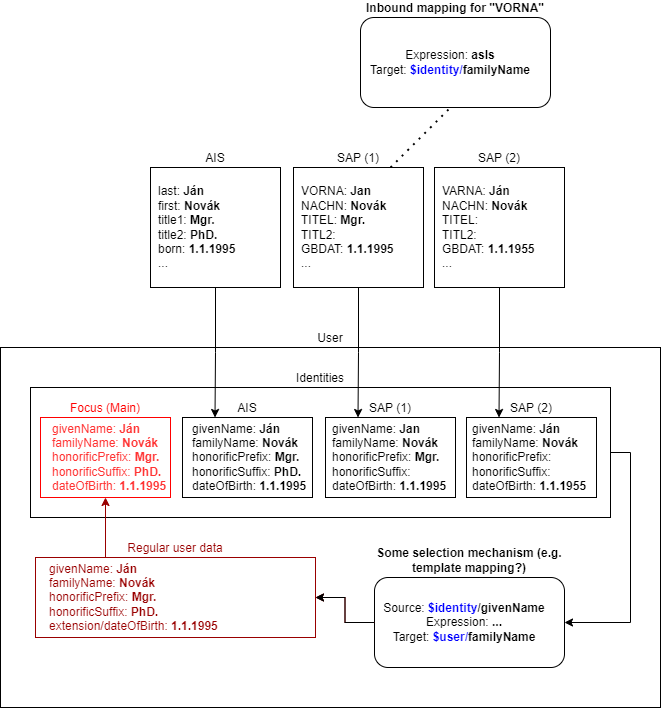
Evolveum/docs keeps this draw.io diagram as midpoint/devel/design/smart-correlation/identity-variants.drawio.png. Above is the earlier version. Source tidied: cells renumbered, new cells last; positions are measured from the earlier drawing's top-left corner, leaving out a move shared by most shapes. The source it was exported from:
```xml
<mxGraphModel>
  <root>
    <mxCell id="0" />
    <mxCell id="1" parent="0" />
    <mxCell id="2" value="User" style="rounded=0;whiteSpace=wrap;html=1;labelPosition=center;verticalLabelPosition=top;align=center;verticalAlign=bottom;fillColor=none;" parent="1" vertex="1">
      <mxGeometry y="330" width="660" height="360" as="geometry" />
    </mxCell>
    <mxCell id="3" style="edgeStyle=orthogonalEdgeStyle;rounded=0;jettySize=auto;html=1;entryX=1;entryY=0.5;entryDx=0;entryDy=0;fontColor=#0000FF;strokeColor=#000000;exitX=1;exitY=0.5;exitDx=0;exitDy=0;" parent="1" edge="1" source="4" target="29">
      <mxGeometry relative="1" as="geometry" />
    </mxCell>
    <mxCell id="4" value="&lt;font color=&quot;#000000&quot;&gt;Identities&lt;/font&gt;" style="rounded=0;whiteSpace=wrap;html=1;fontColor=#FF3333;fillColor=none;labelPosition=center;verticalLabelPosition=top;align=center;verticalAlign=bottom;" parent="1" vertex="1">
      <mxGeometry x="30" y="370" width="580" height="130" as="geometry" />
    </mxCell>
    <mxCell id="5" value="AIS" style="rounded=0;whiteSpace=wrap;html=1;labelPosition=center;verticalLabelPosition=top;align=center;verticalAlign=bottom;fillColor=none;" parent="1" vertex="1">
      <mxGeometry x="182" y="400" width="130" height="80" as="geometry" />
    </mxCell>
    <mxCell id="6" value="AIS" style="rounded=0;whiteSpace=wrap;html=1;labelPosition=center;verticalLabelPosition=top;align=center;verticalAlign=bottom;" parent="1" vertex="1">
      <mxGeometry x="150" y="150" width="130" height="120" as="geometry" />
    </mxCell>
    <mxCell id="7" value="last: &lt;b&gt;Ján&lt;br&gt;&lt;/b&gt;first: &lt;b&gt;Novák&lt;br&gt;&lt;/b&gt;title1: &lt;b&gt;Mgr.&lt;br&gt;&lt;/b&gt;title2: &lt;b&gt;PhD.&lt;br&gt;&lt;/b&gt;born: &lt;b&gt;1.1.1995&lt;/b&gt;&lt;br&gt;..." style="text;html=1;strokeColor=none;fillColor=none;align=left;verticalAlign=middle;whiteSpace=wrap;rounded=0;" parent="1" vertex="1">
      <mxGeometry x="156" y="160" width="120" height="100" as="geometry" />
    </mxCell>
    <mxCell id="8" style="edgeStyle=orthogonalEdgeStyle;rounded=0;jettySize=auto;html=1;exitX=0.5;exitY=1;exitDx=0;exitDy=0;entryX=0.25;entryY=0;entryDx=0;entryDy=0;fontColor=#FF0000;" parent="1" edge="1" source="9" target="19">
      <mxGeometry relative="1" as="geometry" />
    </mxCell>
    <mxCell id="9" value="SAP (1)" style="rounded=0;whiteSpace=wrap;html=1;labelPosition=center;verticalLabelPosition=top;align=center;verticalAlign=bottom;" parent="1" vertex="1">
      <mxGeometry x="293" y="150" width="130" height="120" as="geometry" />
    </mxCell>
    <mxCell id="10" value="VORNA: &lt;b&gt;Jan&lt;br&gt;&lt;/b&gt;NACHN: &lt;b&gt;Novák&lt;br&gt;&lt;/b&gt;TITEL: &lt;b&gt;Mgr.&lt;br&gt;&lt;/b&gt;TITL2:&lt;b&gt;&lt;br&gt;&lt;/b&gt;GBDAT: &lt;b&gt;1.1.1995&lt;/b&gt;&lt;br&gt;..." style="text;html=1;strokeColor=none;fillColor=none;align=left;verticalAlign=middle;whiteSpace=wrap;rounded=0;" parent="1" vertex="1">
      <mxGeometry x="299" y="160" width="120" height="100" as="geometry" />
    </mxCell>
    <mxCell id="11" style="edgeStyle=orthogonalEdgeStyle;rounded=0;jettySize=auto;html=1;exitX=0.5;exitY=1;exitDx=0;exitDy=0;entryX=0.25;entryY=0;entryDx=0;entryDy=0;fontColor=#FF0000;" parent="1" edge="1" source="12" target="21">
      <mxGeometry relative="1" as="geometry" />
    </mxCell>
    <mxCell id="12" value="SAP (2)" style="rounded=0;whiteSpace=wrap;html=1;labelPosition=center;verticalLabelPosition=top;align=center;verticalAlign=bottom;fillColor=none;" parent="1" vertex="1">
      <mxGeometry x="434" y="150" width="130" height="120" as="geometry" />
    </mxCell>
    <mxCell id="13" value="VARNA: &lt;b&gt;Ján&lt;br&gt;&lt;/b&gt;NACHN: &lt;b&gt;Novák&lt;br&gt;&lt;/b&gt;TITEL:&amp;nbsp;&lt;b&gt;&lt;br&gt;&lt;/b&gt;TITL2:&lt;b&gt;&lt;br&gt;&lt;/b&gt;GBDAT: &lt;b&gt;1.1.1955&lt;/b&gt;&lt;br&gt;..." style="text;html=1;strokeColor=none;fillColor=none;align=left;verticalAlign=middle;whiteSpace=wrap;rounded=0;" parent="1" vertex="1">
      <mxGeometry x="440" y="160" width="120" height="100" as="geometry" />
    </mxCell>
    <mxCell id="14" value="givenName: &lt;b&gt;Jan&lt;br&gt;&lt;/b&gt;familyName: &lt;b&gt;Novák&lt;br&gt;&lt;/b&gt;honorificPrefix: &lt;b&gt;Mgr.&lt;br&gt;&lt;/b&gt;honorificSuffix:&lt;b&gt;&lt;br&gt;&lt;/b&gt;dateOfBirth: &lt;b&gt;1.1.1995&lt;/b&gt;" style="text;html=1;strokeColor=none;fillColor=none;align=left;verticalAlign=middle;whiteSpace=wrap;rounded=0;" parent="1" vertex="1">
      <mxGeometry x="330" y="390" width="120" height="100" as="geometry" />
    </mxCell>
    <mxCell id="15" value="givenName: &lt;b&gt;Ján&lt;br&gt;&lt;/b&gt;familyName: &lt;b&gt;Novák&lt;br&gt;&lt;/b&gt;honorificPrefix: &lt;b&gt;Mgr.&lt;br&gt;&lt;/b&gt;honorificSuffix: &lt;b&gt;PhD.&lt;br&gt;&lt;/b&gt;dateOfBirth: &lt;b&gt;1.1.1995&lt;/b&gt;" style="text;html=1;strokeColor=none;fillColor=none;align=left;verticalAlign=middle;whiteSpace=wrap;rounded=0;" parent="1" vertex="1">
      <mxGeometry x="190" y="390" width="120" height="100" as="geometry" />
    </mxCell>
    <mxCell id="16" value="givenName: &lt;b&gt;Ján&lt;br&gt;&lt;/b&gt;familyName: &lt;b&gt;Novák&lt;br&gt;&lt;/b&gt;honorificPrefix:&amp;nbsp;&lt;b&gt;&lt;br&gt;&lt;/b&gt;honorificSuffix:&lt;b&gt;&lt;br&gt;&lt;/b&gt;dateOfBirth: &lt;b&gt;1.1.1955&lt;/b&gt;" style="text;html=1;strokeColor=none;fillColor=none;align=left;verticalAlign=middle;whiteSpace=wrap;rounded=0;" parent="1" vertex="1">
      <mxGeometry x="470" y="390" width="120" height="100" as="geometry" />
    </mxCell>
    <mxCell id="17" style="edgeStyle=orthogonalEdgeStyle;rounded=0;jettySize=auto;html=1;entryX=0.25;entryY=0;entryDx=0;entryDy=0;exitX=0.5;exitY=1;exitDx=0;exitDy=0;" parent="1" edge="1" source="6" target="5">
      <mxGeometry relative="1" as="geometry" />
    </mxCell>
    <mxCell id="18" value="givenName: &lt;b&gt;Ján&lt;br&gt;&lt;/b&gt;familyName: &lt;b&gt;Novák&lt;br&gt;&lt;/b&gt;honorificPrefix: &lt;b&gt;Mgr.&lt;br&gt;&lt;/b&gt;honorificSuffix: &lt;b&gt;PhD.&lt;br&gt;&lt;/b&gt;dateOfBirth: &lt;b&gt;1.1.1995&lt;/b&gt;" style="text;html=1;strokeColor=none;fillColor=none;align=left;verticalAlign=middle;whiteSpace=wrap;rounded=0;fontColor=#FF3333;" parent="1" vertex="1">
      <mxGeometry x="50" y="390" width="120" height="100" as="geometry" />
    </mxCell>
    <mxCell id="19" value="SAP (1)" style="rounded=0;whiteSpace=wrap;html=1;labelPosition=center;verticalLabelPosition=top;align=center;verticalAlign=bottom;fillColor=none;" parent="1" vertex="1">
      <mxGeometry x="325" y="400" width="130" height="80" as="geometry" />
    </mxCell>
    <mxCell id="20" value="&lt;font color=&quot;#ff0000&quot;&gt;Focus (Main)&lt;/font&gt;" style="rounded=0;whiteSpace=wrap;html=1;labelPosition=center;verticalLabelPosition=top;align=center;verticalAlign=bottom;fillColor=none;strokeColor=#FF0000;" parent="1" vertex="1">
      <mxGeometry x="40" y="400" width="130" height="80" as="geometry" />
    </mxCell>
    <mxCell id="21" value="SAP (2)" style="rounded=0;whiteSpace=wrap;html=1;labelPosition=center;verticalLabelPosition=top;align=center;verticalAlign=bottom;fillColor=none;" parent="1" vertex="1">
      <mxGeometry x="466" y="400" width="130" height="80" as="geometry" />
    </mxCell>
    <mxCell id="22" style="group;" parent="1" vertex="1">
      <mxGeometry x="360" width="190" height="90" as="geometry" />
    </mxCell>
    <mxCell id="23" value="&lt;b&gt;Inbound mapping for &quot;VORNA&quot;&lt;/b&gt;" style="rounded=1;whiteSpace=wrap;html=1;fontColor=#000000;strokeColor=#000000;fillColor=none;labelPosition=center;verticalLabelPosition=top;align=center;verticalAlign=bottom;" parent="22" vertex="1">
      <mxGeometry width="190" height="90" as="geometry" />
    </mxCell>
    <mxCell id="24" value="Expression: &lt;b&gt;asIs&lt;/b&gt;&lt;br&gt;Target:&amp;nbsp;&lt;b&gt;&lt;font color=&quot;#0000ff&quot;&gt;$identity/&lt;/font&gt;familyName&lt;/b&gt;" style="text;html=1;strokeColor=none;fillColor=none;align=center;verticalAlign=middle;whiteSpace=wrap;rounded=0;" parent="22" vertex="1">
      <mxGeometry width="180" height="90" as="geometry" />
    </mxCell>
    <mxCell id="25" style="endArrow=none;dashed=1;html=1;dashPattern=1 3;strokeWidth=2;rounded=0;fontColor=#0000FF;entryX=0.5;entryY=1;entryDx=0;entryDy=0;" parent="1" edge="1" target="24">
      <mxGeometry relative="1" as="geometry">
        <mxPoint x="390" y="150" as="sourcePoint" />
      </mxGeometry>
    </mxCell>
    <mxCell id="26" value="givenName: &lt;b&gt;Ján&lt;br&gt;&lt;/b&gt;familyName: &lt;b&gt;Novák&lt;br&gt;&lt;/b&gt;honorificPrefix: &lt;b&gt;Mgr.&lt;br&gt;&lt;/b&gt;honorificSuffix: &lt;b&gt;PhD.&lt;br&gt;&lt;/b&gt;extension/dateOfBirth: &lt;b&gt;1.1.1995&lt;/b&gt;" style="text;html=1;strokeColor=none;fillColor=none;align=left;verticalAlign=middle;whiteSpace=wrap;rounded=0;fontColor=#990000;" parent="1" vertex="1">
      <mxGeometry x="47" y="530" width="278" height="100" as="geometry" />
    </mxCell>
    <mxCell id="27" style="edgeStyle=orthogonalEdgeStyle;rounded=0;jettySize=auto;html=1;exitX=0.25;exitY=0;exitDx=0;exitDy=0;fontColor=#990000;strokeColor=#990000;" parent="1" edge="1" source="28" target="20">
      <mxGeometry relative="1" as="geometry" />
    </mxCell>
    <mxCell id="28" value="&lt;font color=&quot;#990000&quot;&gt;Regular user data&lt;/font&gt;" style="rounded=0;whiteSpace=wrap;html=1;labelPosition=center;verticalLabelPosition=top;align=center;verticalAlign=bottom;fillColor=none;strokeColor=#990000;" parent="1" vertex="1">
      <mxGeometry x="35" y="540" width="280" height="80" as="geometry" />
    </mxCell>
    <mxCell id="29" value="&lt;b&gt;Some selection mechanism (e.g. template mapping?)&lt;/b&gt;" style="rounded=1;whiteSpace=wrap;html=1;fontColor=#000000;strokeColor=#000000;fillColor=none;labelPosition=center;verticalLabelPosition=top;align=center;verticalAlign=bottom;" parent="1" vertex="1">
      <mxGeometry x="374" y="560" width="190" height="90" as="geometry" />
    </mxCell>
    <mxCell id="30" style="edgeStyle=orthogonalEdgeStyle;rounded=0;jettySize=auto;html=1;exitX=0;exitY=0.5;exitDx=0;exitDy=0;entryX=1;entryY=0.5;entryDx=0;entryDy=0;fontColor=#0000FF;strokeColor=#990000;" parent="1" edge="1" source="32" target="28">
      <mxGeometry relative="1" as="geometry" />
    </mxCell>
    <mxCell id="31" style="edgeStyle=orthogonalEdgeStyle;rounded=0;jettySize=auto;html=1;fontColor=#0000FF;strokeColor=#000000;" parent="1" edge="1" source="32" target="28">
      <mxGeometry relative="1" as="geometry" />
    </mxCell>
    <mxCell id="32" value="Source: &lt;b&gt;&lt;font color=&quot;#0000ff&quot;&gt;$identity&lt;/font&gt;/givenName&lt;/b&gt;&lt;br&gt;Expression: &lt;b&gt;...&lt;/b&gt;&lt;br&gt;Target:&amp;nbsp;&lt;b&gt;&lt;font color=&quot;#0000ff&quot;&gt;$user/&lt;/font&gt;familyName&lt;/b&gt;" style="text;html=1;strokeColor=none;fillColor=none;align=center;verticalAlign=middle;whiteSpace=wrap;rounded=0;" parent="1" vertex="1">
      <mxGeometry x="374" y="560" width="180" height="90" as="geometry" />
    </mxCell>
  </root>
</mxGraphModel>
```
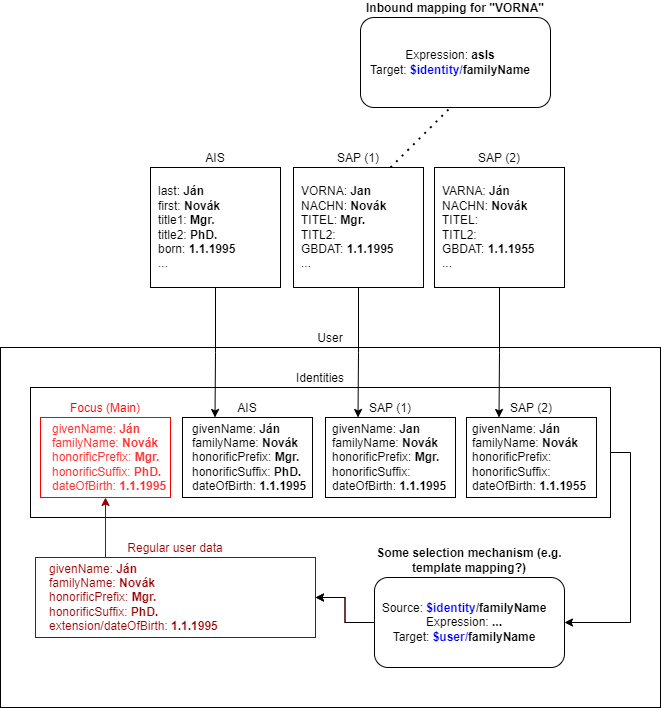
The same diagram one commit later.

Commit message:
Fix the picture on identity variants

What changed in the source:
```diff
@@ -94,7 +94,7 @@
     <mxCell id="31" style="edgeStyle=orthogonalEdgeStyle;rounded=0;jettySize=auto;html=1;fontColor=#0000FF;strokeColor=#000000;" parent="1" edge="1" source="32" target="28">
       <mxGeometry relative="1" as="geometry" />
     </mxCell>
-    <mxCell id="32" value="Source: &lt;b&gt;&lt;font color=&quot;#0000ff&quot;&gt;$identity&lt;/font&gt;/givenName&lt;/b&gt;&lt;br&gt;Expression: &lt;b&gt;...&lt;/b&gt;&lt;br&gt;Target:&amp;nbsp;&lt;b&gt;&lt;font color=&quot;#0000ff&quot;&gt;$user/&lt;/font&gt;familyName&lt;/b&gt;" style="text;html=1;strokeColor=none;fillColor=none;align=center;verticalAlign=middle;whiteSpace=wrap;rounded=0;" parent="1" vertex="1">
+    <mxCell id="32" value="Source: &lt;b&gt;&lt;font color=&quot;#0000ff&quot;&gt;$identity&lt;/font&gt;/familyName&lt;/b&gt;&lt;br&gt;Expression: &lt;b&gt;...&lt;/b&gt;&lt;br&gt;Target:&amp;nbsp;&lt;b&gt;&lt;font color=&quot;#0000ff&quot;&gt;$user/&lt;/font&gt;familyName&lt;/b&gt;" style="text;html=1;strokeColor=none;fillColor=none;align=center;verticalAlign=middle;whiteSpace=wrap;rounded=0;" parent="1" vertex="1">
       <mxGeometry x="374" y="560" width="180" height="90" as="geometry" />
     </mxCell>
   </root>
```
